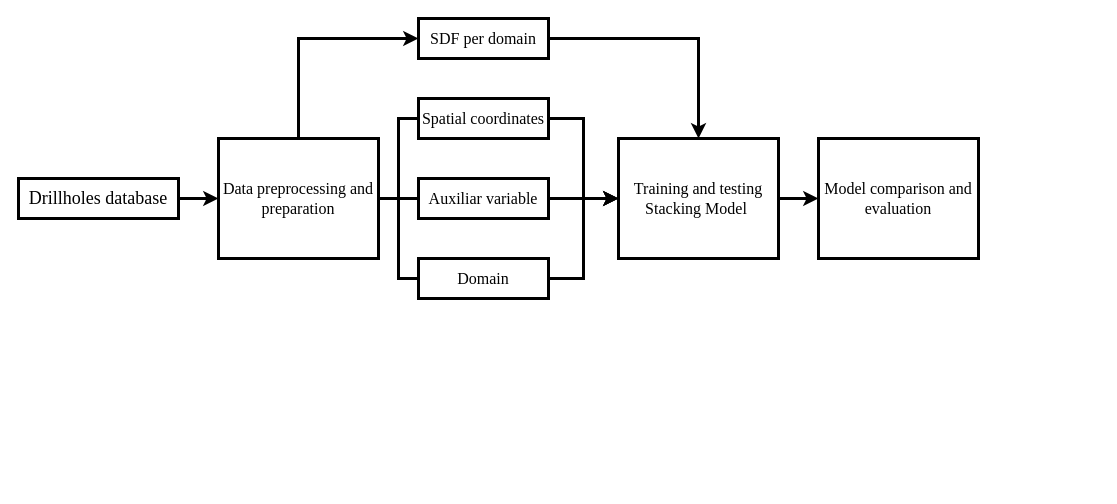
Before: flow_geology_research.drawio in heberallin/Trabajos, a draw.io diagram. Source tidied: cells renumbered, new cells numbered last; positions are measured from the earlier drawing's top-left corner, leaving out a move shared by most shapes. Both pictures are drawn from the tidied source at 100%, with x=0, y=0 at pixel (18, 18).
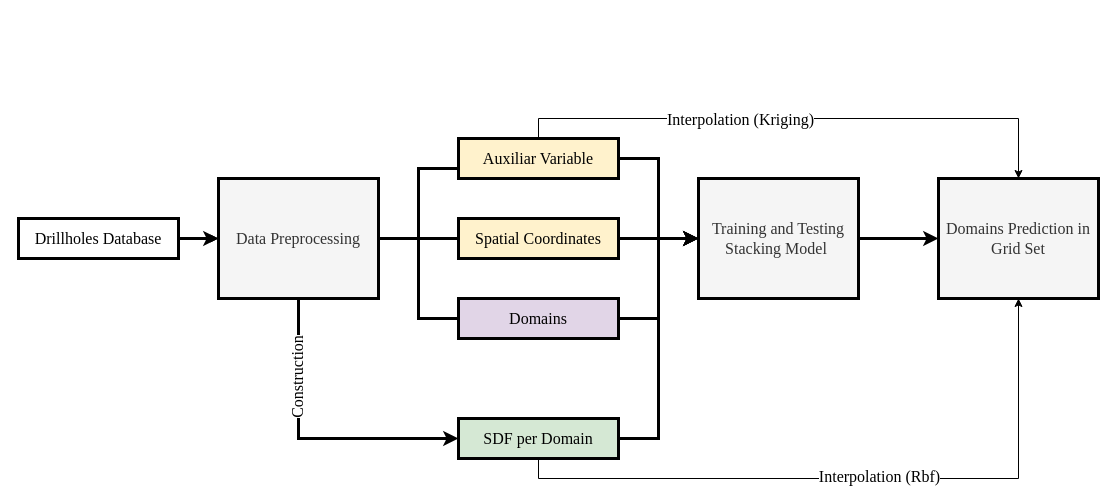
Above is the later version.

The edit, as a diff of the source:
```diff
@@
-    <mxCell id="2" style="edgeStyle=orthogonalEdgeStyle;rounded=0;jettySize=auto;html=1;exitX=1;exitY=0.5;exitDx=0;exitDy=0;entryX=0;entryY=0.5;entryDx=0;entryDy=0;strokeWidth=3;fontSize=16;" parent="1" edge="1" source="3" target="7">
+    <mxCell id="2" style="edgeStyle=orthogonalEdgeStyle;rounded=0;jettySize=auto;html=1;exitX=1;exitY=0.5;exitDx=0;exitDy=0;entryX=0;entryY=0.5;entryDx=0;entryDy=0;strokeWidth=3;fontSize=16;fontFamily=Times New Roman;" parent="1" edge="1" source="3" target="7">
       <mxGeometry relative="1" as="geometry" />
     </mxCell>
+    <mxCell id="20" style="edgeStyle=orthogonalEdgeStyle;rounded=0;jettySize=auto;html=1;fontFamily=Times New Roman;" parent="1" edge="1" source="3" target="7">
+      <mxGeometry relative="1" as="geometry" />
+    </mxCell>
-    <mxCell id="3" value="&lt;font&gt;Drillholes database&lt;/font&gt;" style="rounded=0;whiteSpace=wrap;html=1;strokeWidth=3;gradientColor=none;fillStyle=auto;glass=0;shadow=0;fontFamily=Times New Roman;fontSize=18;" parent="1" vertex="1">
-      <mxGeometry y="160" width="160" height="40" as="geometry" />
+    <mxCell id="3" value="&lt;font style=&quot;font-size: 16px;&quot;&gt;Drillholes Database&lt;/font&gt;" style="rounded=0;whiteSpace=wrap;html=1;strokeWidth=3;fillStyle=auto;glass=0;shadow=0;fontFamily=Times New Roman;fontSize=18;" parent="1" vertex="1">
+      <mxGeometry y="200" width="160" height="40" as="geometry" />
     </mxCell>
+    <mxCell id="5" style="rounded=0;jettySize=auto;html=1;exitX=0.5;exitY=1;exitDx=0;exitDy=0;entryX=0;entryY=0.5;entryDx=0;entryDy=0;endFill=1;edgeStyle=orthogonalEdgeStyle;strokeWidth=3;fontSize=16;fontFamily=Times New Roman;" parent="1" edge="1" source="7" target="16">
+      <mxGeometry relative="1" as="geometry">
+        <Array as="points">
+          <mxPoint x="280" y="420" />
+        </Array>
+      </mxGeometry>
+    </mxCell>
+    <mxCell id="21" value="Construction" style="edgeLabel;html=1;align=center;verticalAlign=middle;rotation=270;textShadow=0;fontSize=16;spacingTop=-4;spacing=2;spacingBottom=0;fontFamily=Times New Roman;" parent="5" vertex="1">
+      <mxGeometry x="-0.48" y="5" relative="1" as="geometry">
+        <mxPoint x="-5" y="2" as="offset" />
+      </mxGeometry>
+    </mxCell>
+    <mxCell id="6" style="edgeStyle=orthogonalEdgeStyle;rounded=0;jettySize=auto;html=1;exitX=1;exitY=0.5;exitDx=0;exitDy=0;entryX=0;entryY=0.5;entryDx=0;entryDy=0;endArrow=none;startFill=0;strokeWidth=3;fontSize=16;fontFamily=Times New Roman;" parent="1" edge="1" source="7" target="14">
+      <mxGeometry relative="1" as="geometry" />
+    </mxCell>
-    <mxCell id="4" style="edgeStyle=orthogonalEdgeStyle;rounded=0;jettySize=auto;html=1;exitX=1;exitY=0.5;exitDx=0;exitDy=0;entryX=0;entryY=0.5;entryDx=0;entryDy=0;endArrow=none;startFill=0;strokeWidth=3;fontSize=16;" parent="1" edge="1" source="7" target="12">
+    <mxCell id="4" style="edgeStyle=orthogonalEdgeStyle;rounded=0;jettySize=auto;html=1;exitX=1;exitY=0.5;exitDx=0;exitDy=0;entryX=0;entryY=0.75;entryDx=0;entryDy=0;endArrow=none;startFill=0;strokeWidth=3;fontFamily=Times New Roman;" parent="1" edge="1" source="7" target="12">
       <mxGeometry relative="1" as="geometry" />
     </mxCell>
-    <mxCell id="5" style="rounded=0;jettySize=auto;html=1;exitX=0.5;exitY=0;exitDx=0;exitDy=0;entryX=0;entryY=0.5;entryDx=0;entryDy=0;endFill=1;edgeStyle=orthogonalEdgeStyle;strokeWidth=3;fontSize=16;" parent="1" edge="1" source="7" target="16">
-      <mxGeometry relative="1" as="geometry" />
-    </mxCell>
-    <mxCell id="6" style="edgeStyle=orthogonalEdgeStyle;rounded=0;jettySize=auto;html=1;exitX=1;exitY=0.5;exitDx=0;exitDy=0;entryX=0;entryY=0.5;entryDx=0;entryDy=0;endArrow=none;startFill=0;strokeWidth=3;fontSize=16;" parent="1" edge="1" source="7" target="14">
-      <mxGeometry relative="1" as="geometry" />
-    </mxCell>
-    <mxCell id="7" value="&lt;font&gt;Data preprocessing and preparation&lt;/font&gt;" style="rounded=0;whiteSpace=wrap;html=1;strokeWidth=3;gradientColor=none;fillStyle=auto;glass=0;shadow=0;fontFamily=Times New Roman;fontSize=16;" parent="1" vertex="1">
-      <mxGeometry x="200" y="120" width="160" height="120" as="geometry" />
+    <mxCell id="7" value="&lt;font&gt;Data Preprocessing&lt;/font&gt;" style="rounded=0;whiteSpace=wrap;html=1;strokeWidth=3;fillStyle=auto;glass=0;shadow=0;fontFamily=Times New Roman;fontSize=16;fillColor=#f5f5f5;fontColor=#333333;strokeColor=#000000;" parent="1" vertex="1">
+      <mxGeometry x="200" y="160" width="160" height="120" as="geometry" />
     </mxCell>
-    <mxCell id="8" style="edgeStyle=orthogonalEdgeStyle;rounded=0;jettySize=auto;html=1;exitX=1;exitY=0.5;exitDx=0;exitDy=0;entryX=0;entryY=0.5;entryDx=0;entryDy=0;strokeWidth=3;" parent="1" edge="1" source="9" target="10">
-      <mxGeometry relative="1" as="geometry" />
-    </mxCell>
+    <mxCell id="22" style="edgeStyle=orthogonalEdgeStyle;rounded=0;jettySize=auto;html=1;exitX=1;exitY=0.5;exitDx=0;exitDy=0;entryX=0;entryY=0.5;entryDx=0;entryDy=0;strokeWidth=3;fontFamily=Times New Roman;" parent="1" edge="1" source="9" target="27">
+      <mxGeometry relative="1" as="geometry" />
+    </mxCell>
-    <mxCell id="9" value="&lt;font&gt;Training and testing Stacking Model&amp;nbsp;&lt;/font&gt;" style="rounded=0;whiteSpace=wrap;html=1;strokeWidth=3;gradientColor=none;fillStyle=auto;glass=0;shadow=0;fontFamily=Times New Roman;fontSize=16;" parent="1" vertex="1">
-      <mxGeometry x="600" y="120" width="160" height="120" as="geometry" />
+    <mxCell id="9" value="&lt;font&gt;Training and Testing Stacking Model&amp;nbsp;&lt;/font&gt;" style="rounded=0;whiteSpace=wrap;html=1;strokeWidth=3;fillStyle=auto;glass=0;shadow=0;fontFamily=Times New Roman;fontSize=16;fillColor=#f5f5f5;fontColor=#333333;strokeColor=#000000;" parent="1" vertex="1">
+      <mxGeometry x="680" y="160" width="160" height="120" as="geometry" />
     </mxCell>
-    <mxCell id="10" value="&lt;font&gt;Model comparison and evaluation&lt;/font&gt;" style="rounded=0;whiteSpace=wrap;html=1;strokeWidth=3;gradientColor=none;fillStyle=auto;glass=0;shadow=0;fontFamily=Times New Roman;fontSize=16;" parent="1" vertex="1">
-      <mxGeometry x="800" y="120" width="160" height="120" as="geometry" />
-    </mxCell>
-    <mxCell id="11" style="edgeStyle=orthogonalEdgeStyle;rounded=0;jettySize=auto;html=1;exitX=1;exitY=0.5;exitDx=0;exitDy=0;entryX=0;entryY=0.5;entryDx=0;entryDy=0;strokeWidth=3;fontSize=16;" parent="1" edge="1" source="12" target="9">
+    <mxCell id="11" style="edgeStyle=orthogonalEdgeStyle;rounded=0;jettySize=auto;html=1;exitX=1;exitY=0.5;exitDx=0;exitDy=0;entryX=0;entryY=0.5;entryDx=0;entryDy=0;endArrow=classic;startFill=0;strokeWidth=3;endFill=1;fontFamily=Times New Roman;" parent="1" edge="1" source="12" target="9">
       <mxGeometry relative="1" as="geometry" />
     </mxCell>
+    <mxCell id="23" style="edgeStyle=orthogonalEdgeStyle;rounded=0;jettySize=auto;html=1;exitX=0.5;exitY=0;exitDx=0;exitDy=0;entryX=0.5;entryY=0;entryDx=0;entryDy=0;fontFamily=Times New Roman;" parent="1" edge="1" source="12" target="27">
+      <mxGeometry relative="1" as="geometry" />
+    </mxCell>
+    <mxCell id="24" value="Interpolation (Kriging)" style="edgeLabel;html=1;align=center;verticalAlign=middle;fontSize=16;fontFamily=Times New Roman;" parent="23" vertex="1">
+      <mxGeometry x="-0.26" y="-5" relative="1" as="geometry">
+        <mxPoint x="14" y="-5" as="offset" />
+      </mxGeometry>
+    </mxCell>
-    <mxCell id="12" value="&lt;font&gt;Spatial coordinates&lt;/font&gt;" style="rounded=0;whiteSpace=wrap;html=1;strokeWidth=3;gradientColor=none;fillStyle=auto;glass=0;shadow=0;fontFamily=Times New Roman;fontSize=16;" parent="1" vertex="1">
-      <mxGeometry x="400" y="80" width="130" height="40" as="geometry" />
+    <mxCell id="12" value="Auxiliar Variable" style="rounded=0;whiteSpace=wrap;html=1;strokeWidth=3;fillStyle=auto;glass=0;shadow=0;fontFamily=Times New Roman;fontSize=16;fillColor=#fff2cc;strokeColor=#000000;" parent="1" vertex="1">
+      <mxGeometry x="440" y="120" width="160" height="40" as="geometry" />
     </mxCell>
-    <mxCell id="13" style="edgeStyle=orthogonalEdgeStyle;rounded=0;jettySize=auto;html=1;exitX=1;exitY=0.5;exitDx=0;exitDy=0;entryX=0;entryY=0.5;entryDx=0;entryDy=0;strokeWidth=3;fontSize=16;" parent="1" edge="1" source="14" target="9">
+    <mxCell id="13" style="edgeStyle=orthogonalEdgeStyle;rounded=0;jettySize=auto;html=1;exitX=1;exitY=0.5;exitDx=0;exitDy=0;entryX=0;entryY=0.5;entryDx=0;entryDy=0;endArrow=classic;startFill=0;strokeWidth=3;endFill=1;fontFamily=Times New Roman;" parent="1" edge="1" source="14" target="9">
       <mxGeometry relative="1" as="geometry" />
     </mxCell>
-    <mxCell id="14" value="&lt;font&gt;Auxiliar variable&lt;/font&gt;" style="rounded=0;whiteSpace=wrap;html=1;strokeWidth=3;gradientColor=none;fillStyle=auto;glass=0;shadow=0;fontFamily=Times New Roman;fontSize=16;" parent="1" vertex="1">
-      <mxGeometry x="400" y="160" width="130" height="40" as="geometry" />
+    <mxCell id="14" value="Spatial Coordinates" style="rounded=0;whiteSpace=wrap;html=1;strokeWidth=3;fillStyle=auto;glass=0;shadow=0;fontFamily=Times New Roman;fontSize=16;fillColor=#fff2cc;strokeColor=#000000;" parent="1" vertex="1">
+      <mxGeometry x="440" y="200" width="160" height="40" as="geometry" />
     </mxCell>
-    <mxCell id="15" style="edgeStyle=orthogonalEdgeStyle;rounded=0;jettySize=auto;html=1;exitX=1;exitY=0.5;exitDx=0;exitDy=0;entryX=0.5;entryY=0;entryDx=0;entryDy=0;strokeWidth=3;fontSize=16;" parent="1" edge="1" source="16" target="9">
+    <mxCell id="15" style="edgeStyle=orthogonalEdgeStyle;rounded=0;jettySize=auto;html=1;exitX=1;exitY=0.5;exitDx=0;exitDy=0;entryX=0;entryY=0.5;entryDx=0;entryDy=0;endArrow=classic;startFill=0;strokeWidth=3;endFill=1;fontFamily=Times New Roman;" parent="1" edge="1" source="16" target="9">
       <mxGeometry relative="1" as="geometry" />
     </mxCell>
+    <mxCell id="25" style="edgeStyle=orthogonalEdgeStyle;rounded=0;jettySize=auto;html=1;exitX=0.5;exitY=1;exitDx=0;exitDy=0;entryX=0.5;entryY=1;entryDx=0;entryDy=0;fontFamily=Times New Roman;" parent="1" edge="1" source="16" target="27">
+      <mxGeometry relative="1" as="geometry" />
+    </mxCell>
+    <mxCell id="26" value="&lt;font&gt;Interpolation (Rbf)&lt;/font&gt;" style="edgeLabel;html=1;align=center;verticalAlign=middle;fontSize=16;fontFamily=Times New Roman;" parent="25" vertex="1">
+      <mxGeometry x="0.21" y="3" relative="1" as="geometry">
+        <mxPoint x="-51" as="offset" />
+      </mxGeometry>
+    </mxCell>
-    <mxCell id="16" value="&lt;font&gt;SDF per domain&lt;/font&gt;" style="rounded=0;whiteSpace=wrap;html=1;strokeWidth=3;gradientColor=none;fillStyle=auto;glass=0;shadow=0;fontFamily=Times New Roman;fontSize=16;" parent="1" vertex="1">
-      <mxGeometry x="400" width="130" height="40" as="geometry" />
+    <mxCell id="16" value="&lt;font&gt;SDF per Domain&lt;/font&gt;" style="rounded=0;whiteSpace=wrap;html=1;strokeWidth=3;fillStyle=auto;glass=0;shadow=0;fontFamily=Times New Roman;fontSize=16;fillColor=#d5e8d4;strokeColor=#000000;" parent="1" vertex="1">
+      <mxGeometry x="440" y="400" width="160" height="40" as="geometry" />
     </mxCell>
-    <mxCell id="17" style="edgeStyle=orthogonalEdgeStyle;rounded=0;jettySize=auto;html=1;exitX=1;exitY=0.5;exitDx=0;exitDy=0;entryX=0;entryY=0.5;entryDx=0;entryDy=0;strokeWidth=3;fontSize=16;" parent="1" edge="1" source="18" target="9">
+    <mxCell id="17" style="edgeStyle=orthogonalEdgeStyle;rounded=0;jettySize=auto;html=1;exitX=1;exitY=0.5;exitDx=0;exitDy=0;entryX=0;entryY=0.5;entryDx=0;entryDy=0;endArrow=classic;startFill=0;strokeWidth=3;endFill=1;fontFamily=Times New Roman;" parent="1" edge="1" source="18" target="9">
       <mxGeometry relative="1" as="geometry" />
     </mxCell>
-    <mxCell id="18" value="&lt;font&gt;Domain&lt;/font&gt;" style="rounded=0;whiteSpace=wrap;html=1;strokeWidth=3;gradientColor=none;fillStyle=auto;glass=0;shadow=0;fontFamily=Times New Roman;fontSize=16;" parent="1" vertex="1">
-      <mxGeometry x="400" y="240" width="130" height="40" as="geometry" />
+    <mxCell id="18" value="&lt;font&gt;Domains&lt;/font&gt;" style="rounded=0;whiteSpace=wrap;html=1;strokeWidth=3;fillStyle=auto;glass=0;shadow=0;fontFamily=Times New Roman;fontSize=16;fillColor=#e1d5e7;strokeColor=#000000;" parent="1" vertex="1">
+      <mxGeometry x="440" y="280" width="160" height="40" as="geometry" />
     </mxCell>
-    <mxCell id="19" style="edgeStyle=orthogonalEdgeStyle;rounded=0;jettySize=auto;html=1;exitX=1;exitY=0.5;exitDx=0;exitDy=0;entryX=0;entryY=0.5;entryDx=0;entryDy=0;endArrow=none;startFill=0;strokeWidth=3;fontSize=16;" parent="1" edge="1" source="7" target="18">
+    <mxCell id="19" style="edgeStyle=orthogonalEdgeStyle;rounded=0;jettySize=auto;html=1;exitX=1;exitY=0.5;exitDx=0;exitDy=0;entryX=0;entryY=0.5;entryDx=0;entryDy=0;endArrow=none;startFill=0;strokeWidth=3;fontSize=16;fontFamily=Times New Roman;" parent="1" edge="1" source="7" target="18">
       <mxGeometry relative="1" as="geometry" />
     </mxCell>
+    <mxCell id="27" value="&lt;font&gt;Domains Prediction in Grid Set&lt;/font&gt;" style="rounded=0;whiteSpace=wrap;html=1;strokeWidth=3;fillStyle=auto;glass=0;shadow=0;fontFamily=Times New Roman;fontSize=16;fillColor=#f5f5f5;fontColor=#333333;strokeColor=#000000;" parent="1" vertex="1">
+      <mxGeometry x="920" y="160" width="160" height="120" as="geometry" />
+    </mxCell>
```
